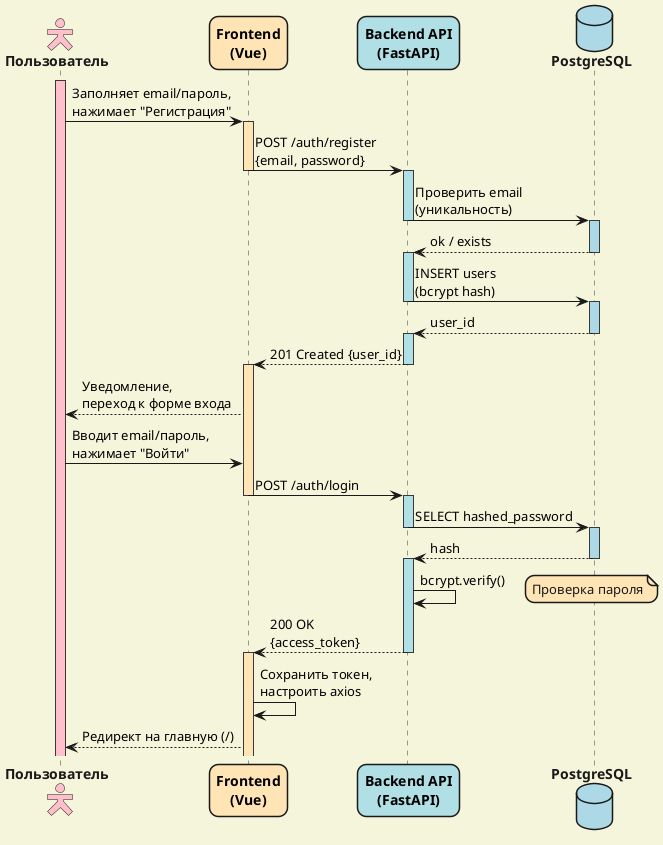
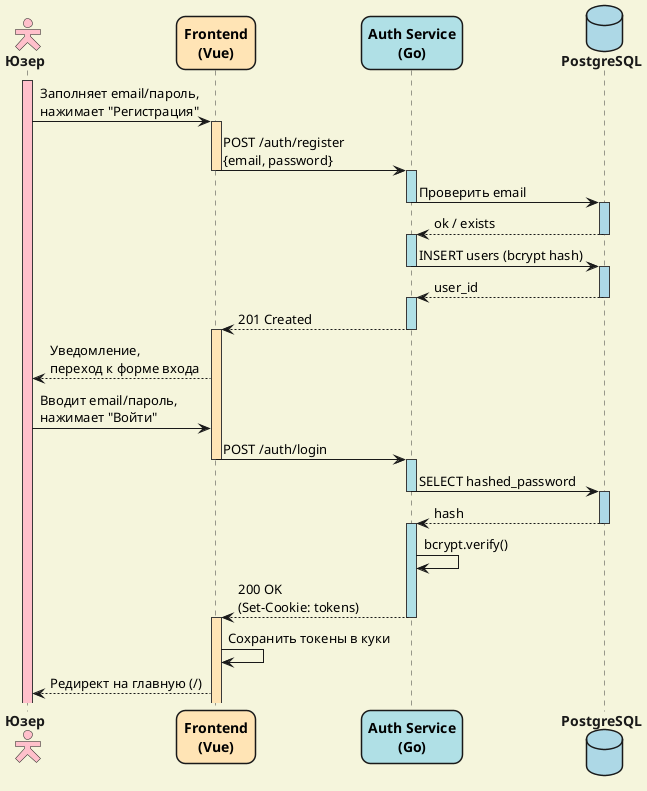
@startuml сиквенс_диаграмма_регистрация_и_вход
!theme mars

- ' НАСТРОЙКИ
skinparam actor {
  FontStyle bold
  BackgroundColor #FFB6C1
}
skinparam participant {
  FontColor black
  FontStyle bold
}
skinparam database {
  FontStyle bold
  BackgroundColor #ADD8E6
}
skinparam backgroundcolor #F5F5DC
skinparam roundcorner 18
skinparam actorStyle hollow

- ' УЧАСТНИКИ
- actor "Пользователь" as User #pink
+ actor "Юзер" as User #pink
participant "Frontend\n(Vue)" as Frontend #FFE4B5
- participant "Backend API\n(FastAPI)" as Backend #B0E0E6
+ participant "Auth Service\n(Go)" as Auth #B0E0E6
database "PostgreSQL" as DB #ADD8E6

- ' РЕГИСТРАЦИЯ
User ++ #pink
User -> Frontend ++ #FFE4B5 : Заполняет email/пароль,\nнажимает "Регистрация"
- Frontend -> Backend --++ #B0E0E6 : POST /auth/register\n{email, password}
- Backend -> DB --++ #ADD8E6 : Проверить email\n(уникальность)
- DB --> Backend --++ #B0E0E6 : ok / exists
- Backend -> DB --++ #ADD8E6 : INSERT users\n(bcrypt hash)
- DB --> Backend --++ #B0E0E6 : user_id
- Backend --> Frontend --++ #FFE4B5 : 201 Created {user_id}
+ Frontend -> Auth --++ #B0E0E6 : POST /auth/register\n{email, password}
+ Auth -> DB --++ #ADD8E6 : Проверить email
+ DB --> Auth --++ #B0E0E6 : ok / exists
+ Auth -> DB --++ #ADD8E6 : INSERT users (bcrypt hash)
+ DB --> Auth --++ #B0E0E6 : user_id
+ Auth --> Frontend --++ #FFE4B5 : 201 Created
Frontend --> User : Уведомление,\nпереход к форме входа

- ' АВТОРИЗАЦИЯ
User -> Frontend : Вводит email/пароль,\nнажимает "Войти"
- Frontend -> Backend --++ #B0E0E6 : POST /auth/login
- Backend -> DB --++ #ADD8E6 : SELECT hashed_password
- DB --> Backend --++ #B0E0E6 : hash
- Backend -> Backend : bcrypt.verify()
- note right #FFE4B5 : Проверка пароля
- Backend --> Frontend --++ #FFE4B5 : 200 OK\n{access_token}
- Frontend -> Frontend : Сохранить токен,\nнастроить axios
+ Frontend -> Auth --++ #B0E0E6 : POST /auth/login
+ Auth -> DB --++ #ADD8E6 : SELECT hashed_password
+ DB --> Auth --++ #B0E0E6 : hash
+ Auth -> Auth : bcrypt.verify()
+ Auth --> Frontend --++ #FFE4B5 : 200 OK\n(Set-Cookie: tokens)
+ Frontend -> Frontend : Сохранить токены в куки
Frontend --> User : Редирект на главную (/)

@enduml